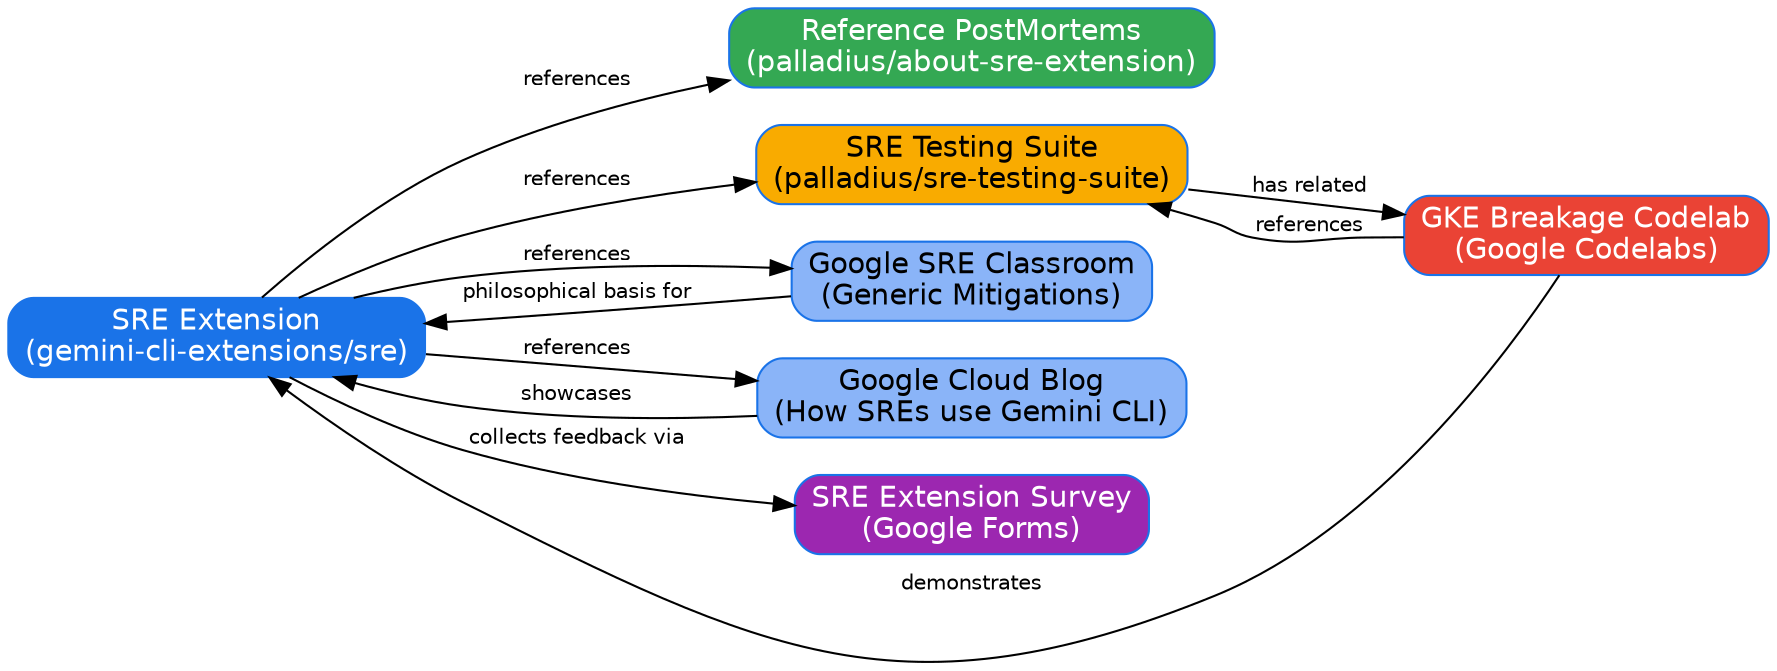
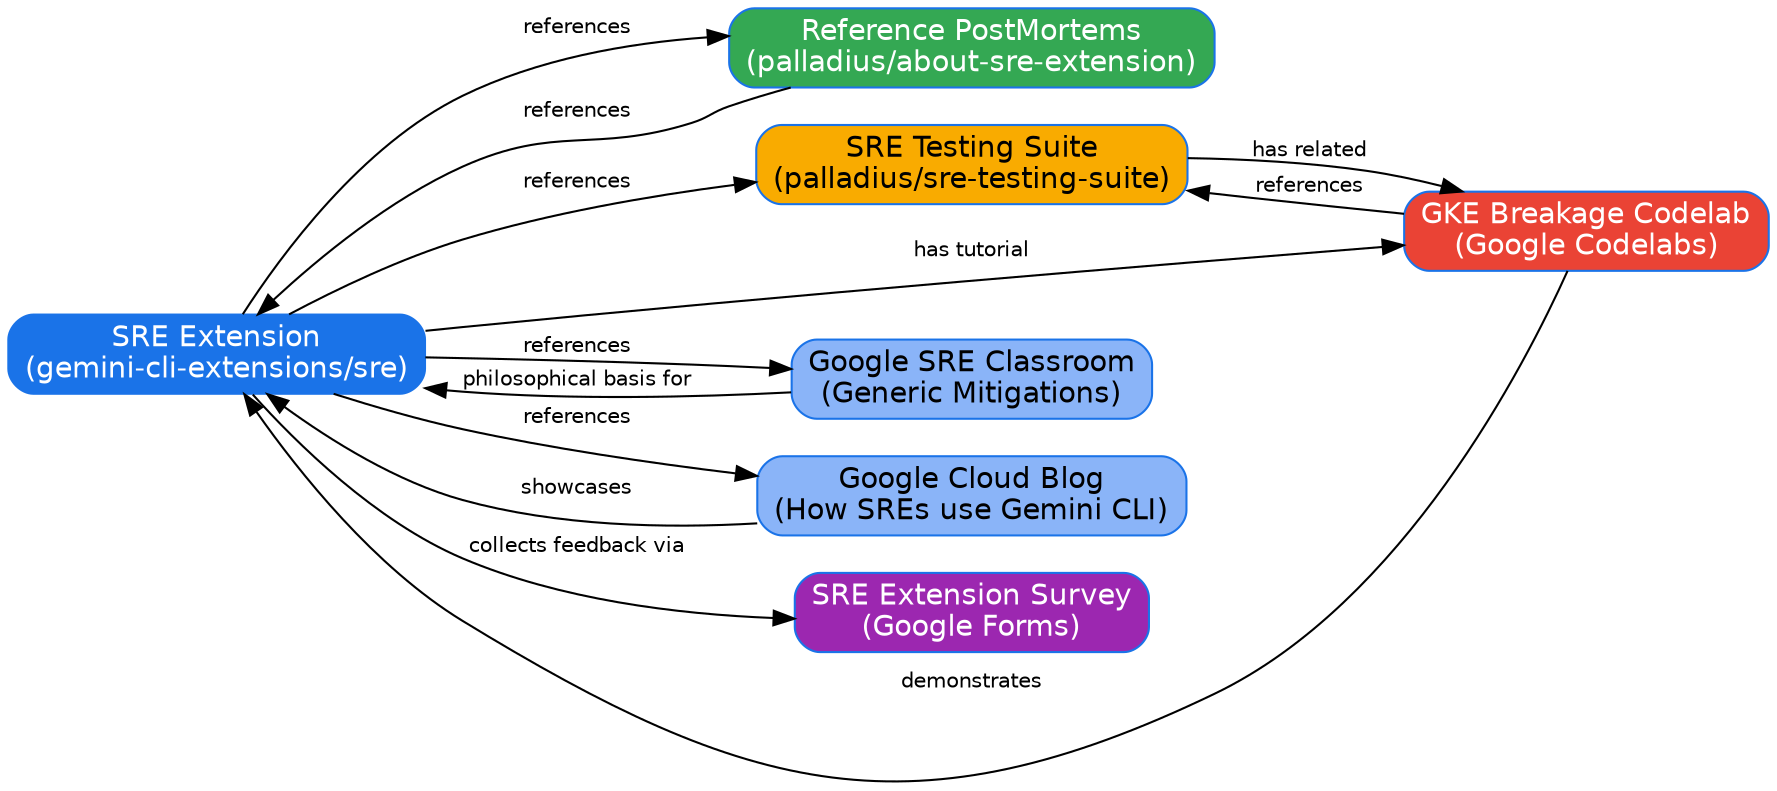
digraph G {
    rankdir=LR;
    node [shape=box, style="filled,rounded", color="#1a73e8", fontcolor=white, fontname="Helvetica"];
    edge [fontname="Helvetica", fontsize=10];

    // Nodes
    sre_extension [label="SRE Extension\n(gemini-cli-extensions/sre)", fillcolor="#1a73e8"];
    about_sre_extension [label="Reference PostMortems\n(palladius/about-sre-extension)", fillcolor="#34a853"];
    testing_suite [label="SRE Testing Suite\n(palladius/sre-testing-suite)", fillcolor="#f9ab00", fontcolor=black];
    gke_codelab [label="GKE Breakage Codelab\n(Google Codelabs)", fillcolor="#ea4335"];
    sre_classroom [label="Google SRE Classroom\n(Generic Mitigations)", fillcolor="#8ab4f8", fontcolor=black];
    sre_blog [label="Google Cloud Blog\n(How SREs use Gemini CLI)", fillcolor="#8ab4f8", fontcolor=black];
    survey [label="SRE Extension Survey\n(Google Forms)", fillcolor="#9c27b0"];

-     // Relationships (Verbs)
+     // Central Star Links (SRE Extension -> All Nodes)
    sre_extension -> about_sre_extension [label="references"];
    sre_extension -> testing_suite [label="references"];
-     sre_extension -> survey [label="collects feedback via"];
+     sre_extension -> gke_codelab [label="has tutorial"];
    sre_extension -> sre_classroom [label="references"];
    sre_extension -> sre_blog [label="references"];
+     sre_extension -> survey [label="collects feedback via"];

+     // Other Relationships
+     about_sre_extension -> sre_extension [label="references"];
    testing_suite -> gke_codelab [label="has related"];
    gke_codelab -> testing_suite [label="references"];
    gke_codelab -> sre_extension [label="demonstrates"];
- 
    sre_classroom -> sre_extension [label="philosophical basis for"];
    sre_blog -> sre_extension [label="showcases"];
}
